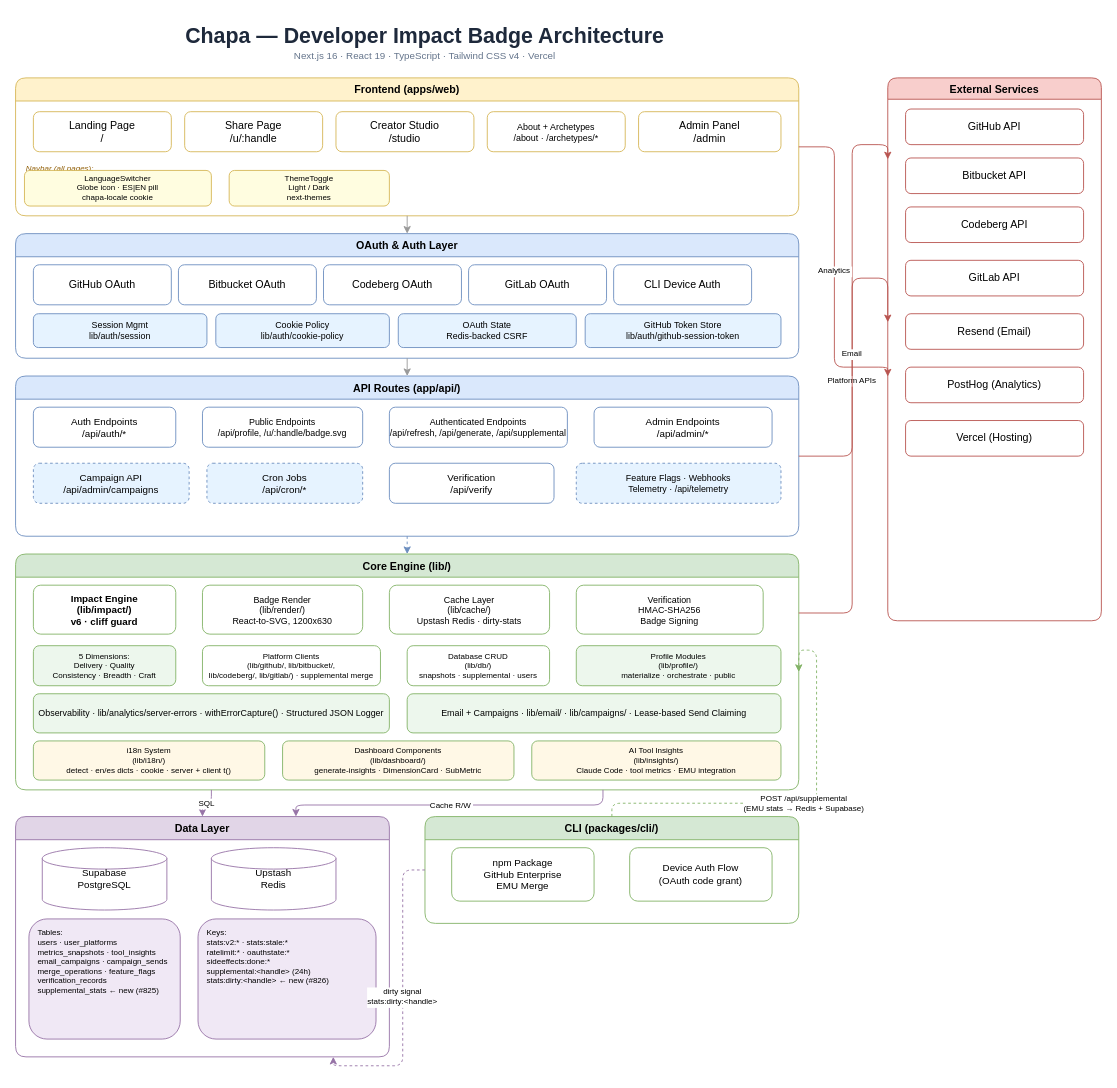
This is docs/chapa-architecture.drawio from juan294/chapa, a draw.io file, before an edit. Source tidied: cells renumbered, new cells numbered last; positions are measured from the earlier drawing's top-left corner, leaving out a move shared by most shapes. Both pictures are drawn from the tidied source at 89%, with x=0, y=0 at pixel (15, 15).
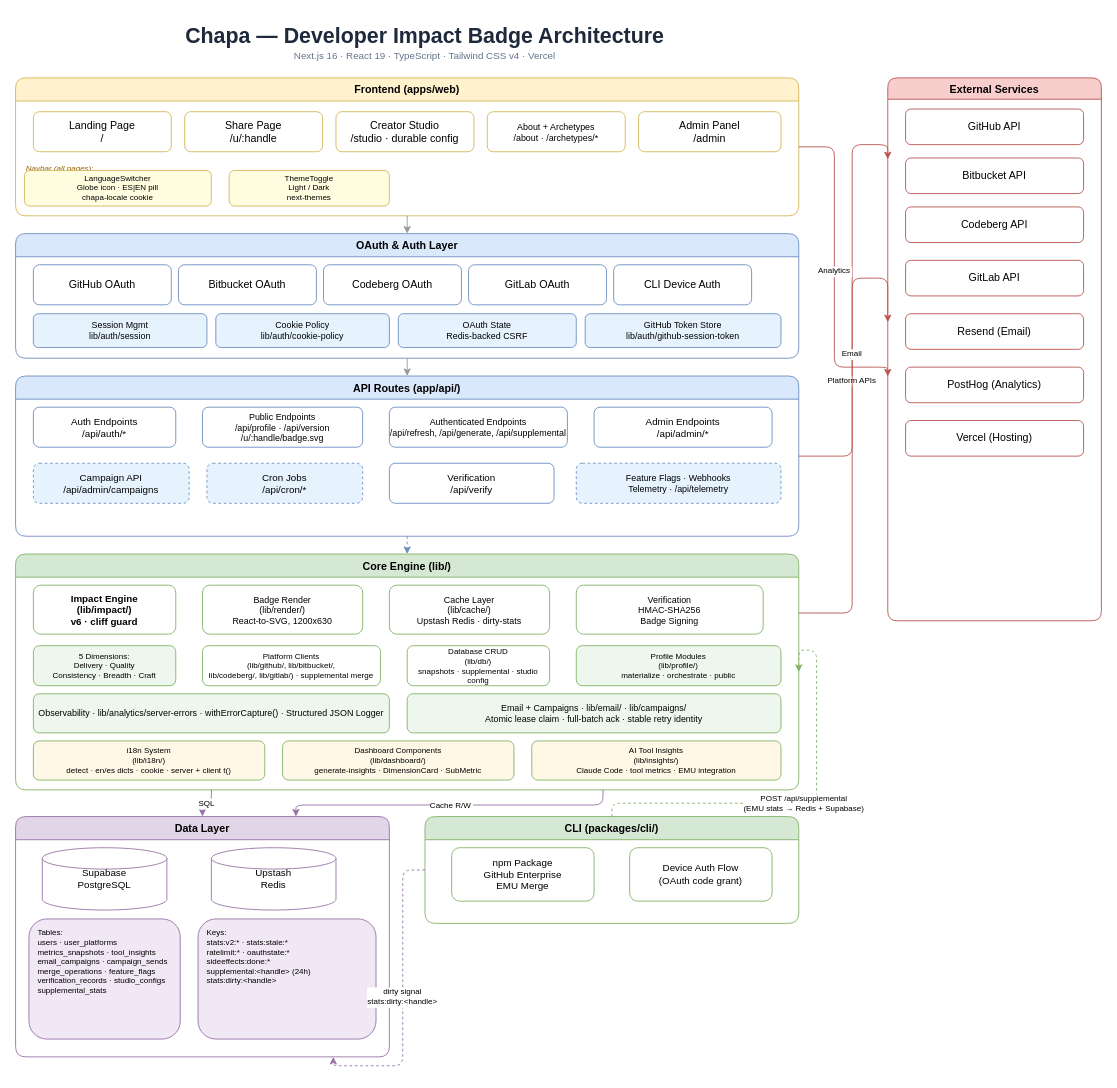
The same page after the edit.

The change refers to these unchanged cells:
```xml
<mxCell id="4" value="Frontend (apps/web)" style="swimlane;startSize=26;fillColor=#fff2cc;strokeColor=#d6b656;fontStyle=1;fontSize=12;rounded=1;" parent="1" vertex="1">
  <mxGeometry y="70" width="880" height="155" as="geometry" />
</mxCell>
<mxCell id="23" value="API Routes (app/api/)" style="swimlane;startSize=26;fillColor=#dae8fc;strokeColor=#6c8ebf;fontStyle=1;fontSize=12;rounded=1;" parent="1" vertex="1">
  <mxGeometry y="405" width="880" height="180" as="geometry" />
</mxCell>
<mxCell id="32" value="Core Engine (lib/)" style="swimlane;startSize=26;fillColor=#d5e8d4;strokeColor=#82b366;fontStyle=1;fontSize=12;rounded=1;" parent="1" vertex="1">
  <mxGeometry y="605" width="880" height="265" as="geometry" />
</mxCell>
<mxCell id="46" value="Data Layer" style="swimlane;startSize=26;fillColor=#e1d5e7;strokeColor=#9673a6;fontStyle=1;fontSize=12;rounded=1;" parent="1" vertex="1">
  <mxGeometry y="900" width="420" height="270" as="geometry" />
</mxCell>
```

Diff of the diagram source:
```diff
@@
-    <mxCell id="7" value="Creator Studio&#10;/studio" style="rounded=1;whiteSpace=wrap;fillColor=#fff;strokeColor=#d6b656;" parent="4" vertex="1">
+    <mxCell id="7" value="Creator Studio&#10;/studio · durable config" style="rounded=1;whiteSpace=wrap;fillColor=#fff;strokeColor=#d6b656;" parent="4" vertex="1">
       <mxGeometry x="360" y="38" width="155" height="45" as="geometry" />
     </mxCell>
@@
-    <mxCell id="25" value="Public Endpoints&#10;/api/profile, /u/:handle/badge.svg" style="rounded=1;whiteSpace=wrap;fillColor=#fff;strokeColor=#6c8ebf;fontSize=10;" parent="23" vertex="1">
+    <mxCell id="25" value="Public Endpoints&#10;/api/profile · /api/version&#10;/u/:handle/badge.svg" style="rounded=1;whiteSpace=wrap;fillColor=#fff;strokeColor=#6c8ebf;fontSize=10;" parent="23" vertex="1">
       <mxGeometry x="210" y="35" width="180" height="45" as="geometry" />
     </mxCell>
@@
-    <mxCell id="39" value="Database CRUD&#10;(lib/db/)&#10;snapshots · supplemental · users" style="rounded=1;whiteSpace=wrap;fillColor=#fff;strokeColor=#82b366;fontSize=9;" parent="32" vertex="1">
+    <mxCell id="39" value="Database CRUD&#10;(lib/db/)&#10;snapshots · supplemental · studio config" style="rounded=1;whiteSpace=wrap;fillColor=#fff;strokeColor=#82b366;fontSize=9;" parent="32" vertex="1">
       <mxGeometry x="440" y="103" width="160" height="45" as="geometry" />
     </mxCell>
@@
-    <mxCell id="42" value="Email + Campaigns  ·  lib/email/  ·  lib/campaigns/  ·  Lease-based Send Claiming" style="rounded=1;whiteSpace=wrap;fillColor=#edf7ed;strokeColor=#82b366;fontSize=10;" parent="32" vertex="1">
+    <mxCell id="42" value="Email + Campaigns · lib/email/ · lib/campaigns/&#10;Atomic lease claim · full-batch ack · stable retry identity" style="rounded=1;whiteSpace=wrap;fillColor=#edf7ed;strokeColor=#82b366;fontSize=10;" parent="32" vertex="1">
       <mxGeometry x="440" y="157" width="420" height="44" as="geometry" />
     </mxCell>
@@
-    <mxCell id="49" value="Tables:&#10;users · user_platforms&#10;metrics_snapshots · tool_insights&#10;email_campaigns · campaign_sends&#10;merge_operations · feature_flags&#10;verification_records&#10;supplemental_stats   ← new (#825)" style="rounded=1;whiteSpace=wrap;fillColor=#f0e8f5;strokeColor=#9673a6;fontSize=9;align=left;verticalAlign=top;spacingLeft=8;spacingTop=4;" parent="46" vertex="1">
+    <mxCell id="49" value="Tables:&#10;users · user_platforms&#10;metrics_snapshots · tool_insights&#10;email_campaigns · campaign_sends&#10;merge_operations · feature_flags&#10;verification_records · studio_configs&#10;supplemental_stats" style="rounded=1;whiteSpace=wrap;fillColor=#f0e8f5;strokeColor=#9673a6;fontSize=9;align=left;verticalAlign=top;spacingLeft=8;spacingTop=4;" parent="46" vertex="1">
       <mxGeometry x="15" y="115" width="170" height="135" as="geometry" />
     </mxCell>
-    <mxCell id="50" value="Keys:&#10;stats:v2:* · stats:stale:*&#10;ratelimit:* · oauthstate:*&#10;sideeffects:done:*&#10;supplemental:&lt;handle&gt; (24h)&#10;stats:dirty:&lt;handle&gt;   ← new (#826)" style="rounded=1;whiteSpace=wrap;fillColor=#f0e8f5;strokeColor=#9673a6;fontSize=9;align=left;verticalAlign=top;spacingLeft=8;spacingTop=4;" parent="46" vertex="1">
+    <mxCell id="50" value="Keys:&#10;stats:v2:* · stats:stale:*&#10;ratelimit:* · oauthstate:*&#10;sideeffects:done:*&#10;supplemental:&lt;handle&gt; (24h)&#10;stats:dirty:&lt;handle&gt;" style="rounded=1;whiteSpace=wrap;fillColor=#f0e8f5;strokeColor=#9673a6;fontSize=9;align=left;verticalAlign=top;spacingLeft=8;spacingTop=4;" parent="46" vertex="1">
       <mxGeometry x="205" y="115" width="200" height="135" as="geometry" />
     </mxCell>
```
